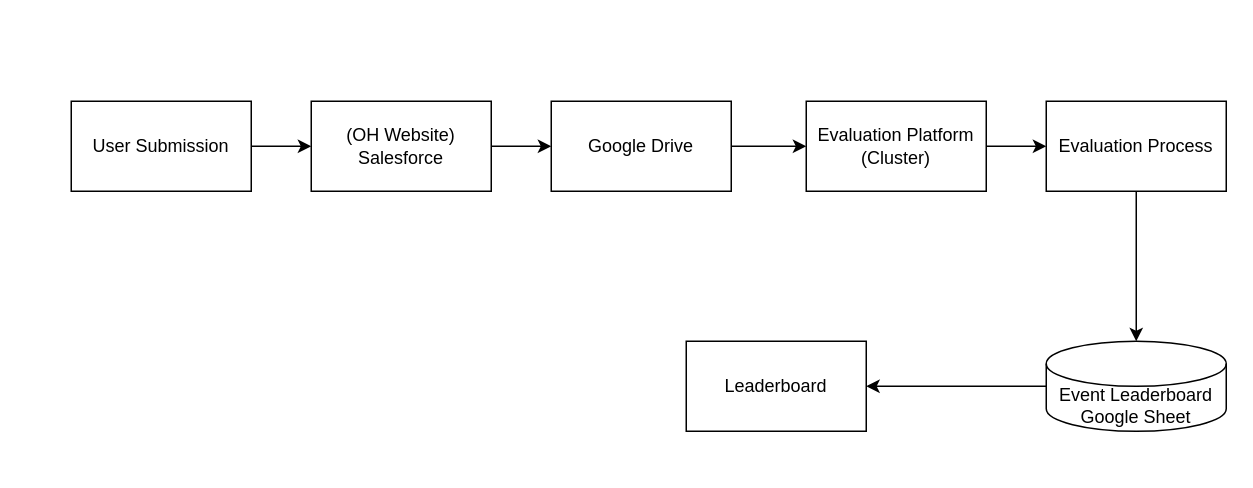
The draw.io diagram SF_struct.drawio in boi-doingthings/congenial-octo-lamp, before the edit. Source tidied: cells renumbered, new cells numbered last; positions are measured from the earlier drawing's top-left corner, leaving out a move shared by most shapes. Both pictures are drawn from the tidied source at 150%, with x=0, y=0 at pixel (70, 100).
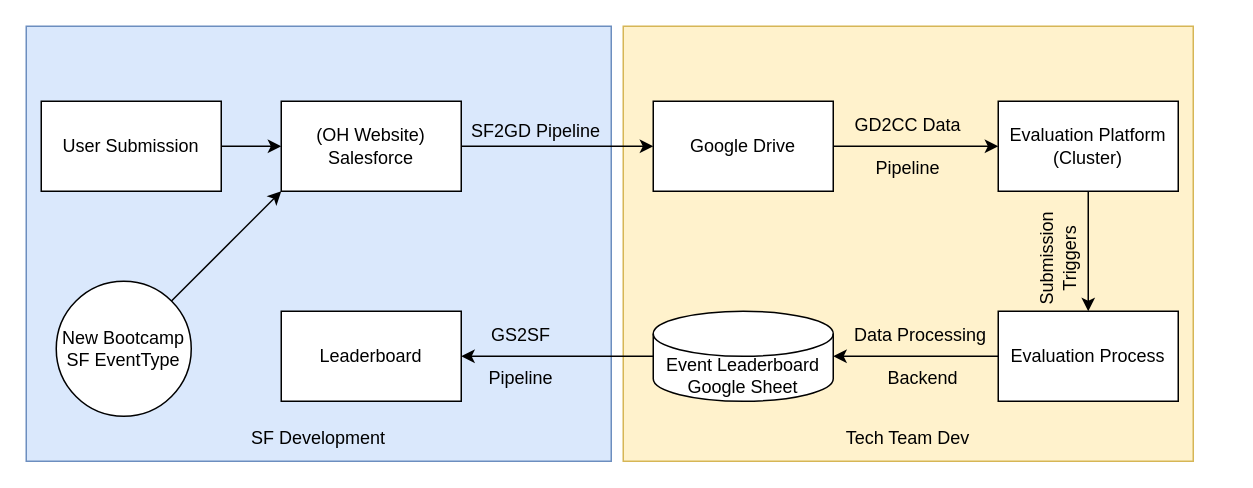
The same page after the edit.

What changed in the source:
```diff
@@
+    <mxCell id="15" style="rounded=0;whiteSpace=wrap;html=1;fillColor=#fff2cc;strokeColor=#d6b656;" parent="1" vertex="1">
+      <mxGeometry x="368" y="-50" width="380" height="290" as="geometry" />
+    </mxCell>
+    <mxCell id="16" style="rounded=0;whiteSpace=wrap;html=1;fillColor=#dae8fc;strokeColor=#6c8ebf;" parent="1" vertex="1">
+      <mxGeometry x="-30" y="-50" width="390" height="290" as="geometry" />
+    </mxCell>
@@
     <mxCell id="3" value="Evaluation Process" style="rounded=0;whiteSpace=wrap;html=1;" parent="1" vertex="1">
-      <mxGeometry x="650" width="120" height="60" as="geometry" />
+      <mxGeometry x="618" y="140" width="120" height="60" as="geometry" />
     </mxCell>
@@
     <mxCell id="5" value="Event Leaderboard&lt;div&gt;Google Sheet&lt;/div&gt;" style="shape=cylinder3;whiteSpace=wrap;html=1;boundedLbl=1;backgroundOutline=1;size=15;" parent="1" vertex="1">
-      <mxGeometry x="650" y="160" width="120" height="60" as="geometry" />
+      <mxGeometry x="388" y="140" width="120" height="60" as="geometry" />
     </mxCell>
     <mxCell id="6" value="Leaderboard" style="rounded=0;whiteSpace=wrap;html=1;" parent="1" vertex="1">
-      <mxGeometry x="410" y="160" width="120" height="60" as="geometry" />
+      <mxGeometry x="140" y="140" width="120" height="60" as="geometry" />
     </mxCell>
@@
     <mxCell id="8" value="User Submission" style="rounded=0;whiteSpace=wrap;html=1;" parent="1" vertex="1">
-      <mxGeometry width="120" height="60" as="geometry" />
+      <mxGeometry x="-20" width="120" height="60" as="geometry" />
     </mxCell>
@@
     <mxCell id="10" value="&lt;div&gt;(OH Website)&lt;/div&gt;Salesforce" style="whiteSpace=wrap;html=1;rounded=0;" parent="1" vertex="1">
-      <mxGeometry x="160" width="120" height="60" as="geometry" />
+      <mxGeometry x="140" width="120" height="60" as="geometry" />
     </mxCell>
@@
     <mxCell id="12" value="Google Drive" style="whiteSpace=wrap;html=1;rounded=0;" parent="1" vertex="1">
-      <mxGeometry x="320" width="120" height="60" as="geometry" />
+      <mxGeometry x="388" width="120" height="60" as="geometry" />
     </mxCell>
@@
     <mxCell id="14" value="Evaluation Platform&lt;div&gt;(Cluster)&lt;/div&gt;" style="whiteSpace=wrap;html=1;rounded=0;" parent="1" vertex="1">
-      <mxGeometry x="490" width="120" height="60" as="geometry" />
+      <mxGeometry x="618" width="120" height="60" as="geometry" />
     </mxCell>
+    <mxCell id="17" value="SF2GD Pipeline" style="text;html=1;align=center;verticalAlign=middle;whiteSpace=wrap;rounded=0;" parent="1" vertex="1">
+      <mxGeometry x="260" y="10" width="100" height="20" as="geometry" />
+    </mxCell>
+    <mxCell id="18" value="GD2CC Data&lt;div&gt;&lt;br&gt;&lt;/div&gt;&lt;div&gt;Pipeline&lt;/div&gt;" style="text;html=1;align=center;verticalAlign=middle;whiteSpace=wrap;rounded=0;" parent="1" vertex="1">
+      <mxGeometry x="478" y="15" width="160" height="30" as="geometry" />
+    </mxCell>
+    <mxCell id="19" value="Submission Triggers" style="text;html=1;align=center;verticalAlign=middle;whiteSpace=wrap;rounded=0;rotation=-90;" parent="1" vertex="1">
+      <mxGeometry x="628" y="90" width="60" height="30" as="geometry" />
+    </mxCell>
+    <mxCell id="20" value="Data Processing&amp;nbsp;&lt;div&gt;&lt;br&gt;&lt;/div&gt;&lt;div&gt;Backend&lt;/div&gt;" style="text;html=1;align=center;verticalAlign=middle;whiteSpace=wrap;rounded=0;rotation=0;" parent="1" vertex="1">
+      <mxGeometry x="518" y="155" width="100" height="30" as="geometry" />
+    </mxCell>
+    <mxCell id="21" value="GS2SF&lt;div&gt;&lt;br&gt;&lt;/div&gt;&lt;div&gt;Pipeline&lt;/div&gt;" style="text;html=1;align=center;verticalAlign=middle;whiteSpace=wrap;rounded=0;" parent="1" vertex="1">
+      <mxGeometry x="270" y="155" width="60" height="30" as="geometry" />
+    </mxCell>
+    <mxCell id="22" value="SF Development" style="text;html=1;align=center;verticalAlign=middle;whiteSpace=wrap;rounded=0;" parent="1" vertex="1">
+      <mxGeometry x="115" y="210" width="100" height="30" as="geometry" />
+    </mxCell>
+    <mxCell id="23" value="New Bootcamp&lt;div&gt;SF EventType&lt;/div&gt;" style="ellipse;whiteSpace=wrap;html=1;" parent="1" vertex="1">
+      <mxGeometry x="-10" y="120" width="90" height="90" as="geometry" />
+    </mxCell>
+    <mxCell id="24" style="endArrow=classic;html=1;rounded=0;exitX=1;exitY=0;exitDx=0;exitDy=0;entryX=0;entryY=1;entryDx=0;entryDy=0;" parent="1" edge="1" source="23" target="10">
+      <mxGeometry relative="1" as="geometry" />
+    </mxCell>
+    <mxCell id="25" value="Tech Team Dev" style="text;html=1;align=center;verticalAlign=middle;whiteSpace=wrap;rounded=0;" parent="1" vertex="1">
+      <mxGeometry x="498" y="210" width="120" height="30" as="geometry" />
+    </mxCell>
```
